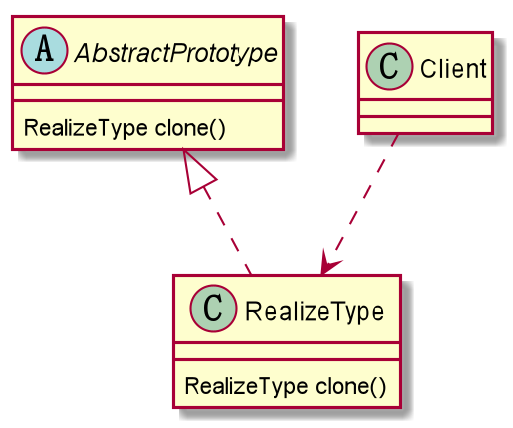
Above: design/原型模式.png in FameLsy/Images (PlantUML), before the change. Its diagram source:
```plantuml
@startuml
Abstract AbstractPrototype{
RealizeType clone()
}
Class RealizeType{
    RealizeType clone()
}

Class Client

Client ..> RealizeType
AbstractPrototype <|.. RealizeType
@enduml
```
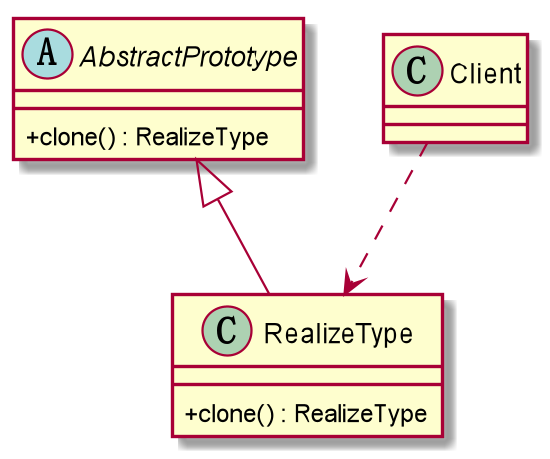
The same file after the commit.

Change to the diagram source:
```diff
@@ -1,13 +1,14 @@
 @startuml
+skinparam classAttributeIconSize 0
 Abstract AbstractPrototype{
-RealizeType clone()
+ + clone() : RealizeType
 }
 Class RealizeType{
-    RealizeType clone()
+     + clone() : RealizeType
 }
 
 Class Client
 
 Client ..> RealizeType
-AbstractPrototype <|.. RealizeType
+AbstractPrototype <|-- RealizeType
 @enduml
```
